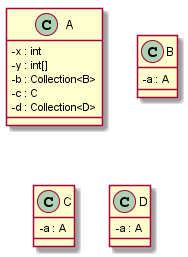
Earlier version of the PlantUML export UML parser/output.png (DhirajGurnani/umlparsercmpe202).
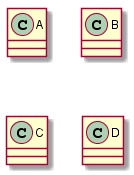
After the change.

Diff of the diagram source:
```diff
@@ -1,19 +1,11 @@
 @startuml
 skinparam classAttributeIconSize 0
 class A{
--x : int
--y : int[]
--b : Collection<B>
--c : C
--d : Collection<D>
 }
 class B{
--a : A
 }
 class C{
--a : A
 }
 class D{
--a : A
 }
 @enduml
```
